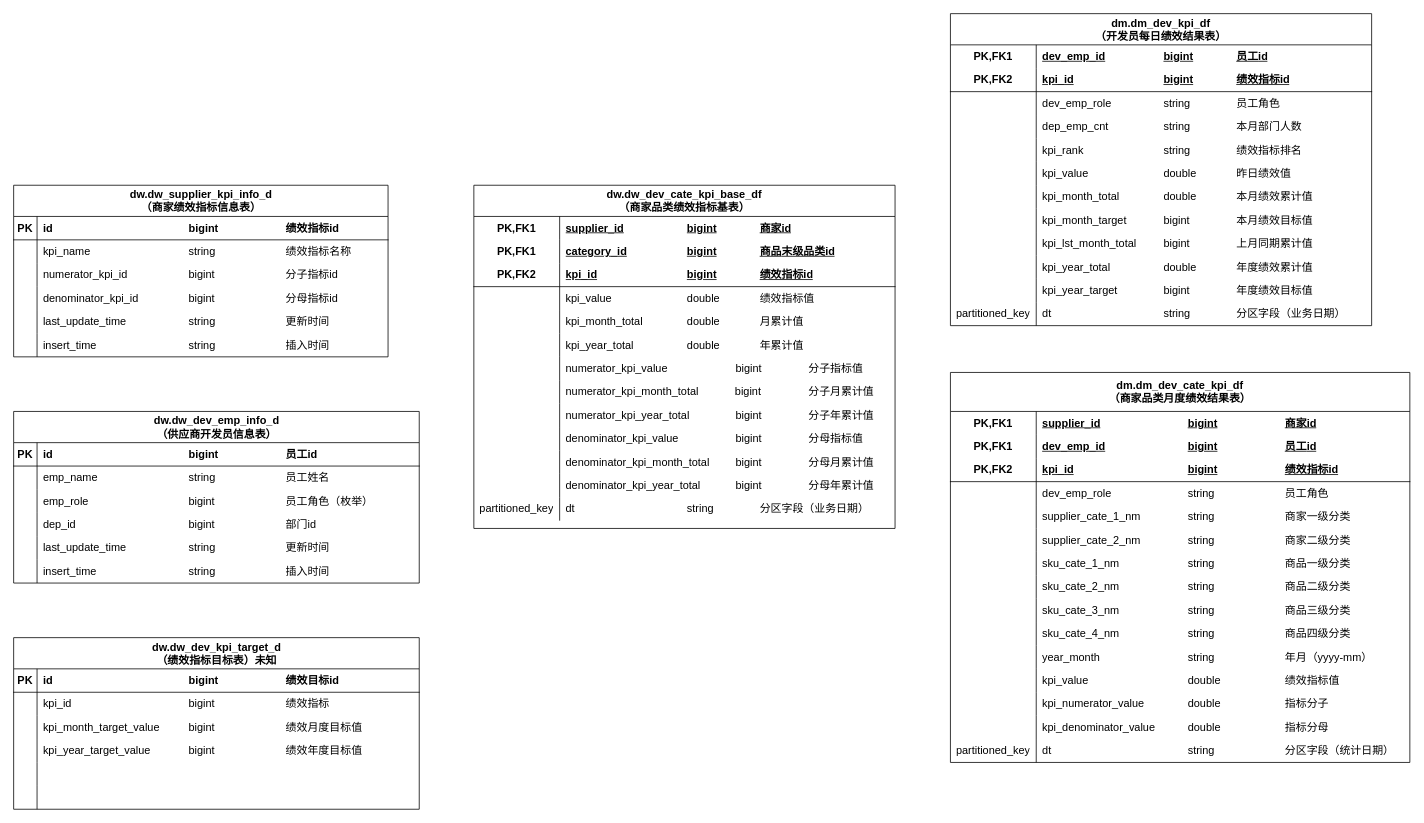
Above: 小二工作台首页.drawio in wangzijia122/drawio_repository (draw.io), before the change. Source tidied: cells renumbered, new cells numbered last; positions are measured from the earlier drawing's top-left corner, leaving out a move shared by most shapes. Both pictures are drawn from the tidied source at 78%, with x=0, y=0 at pixel (13, 13).
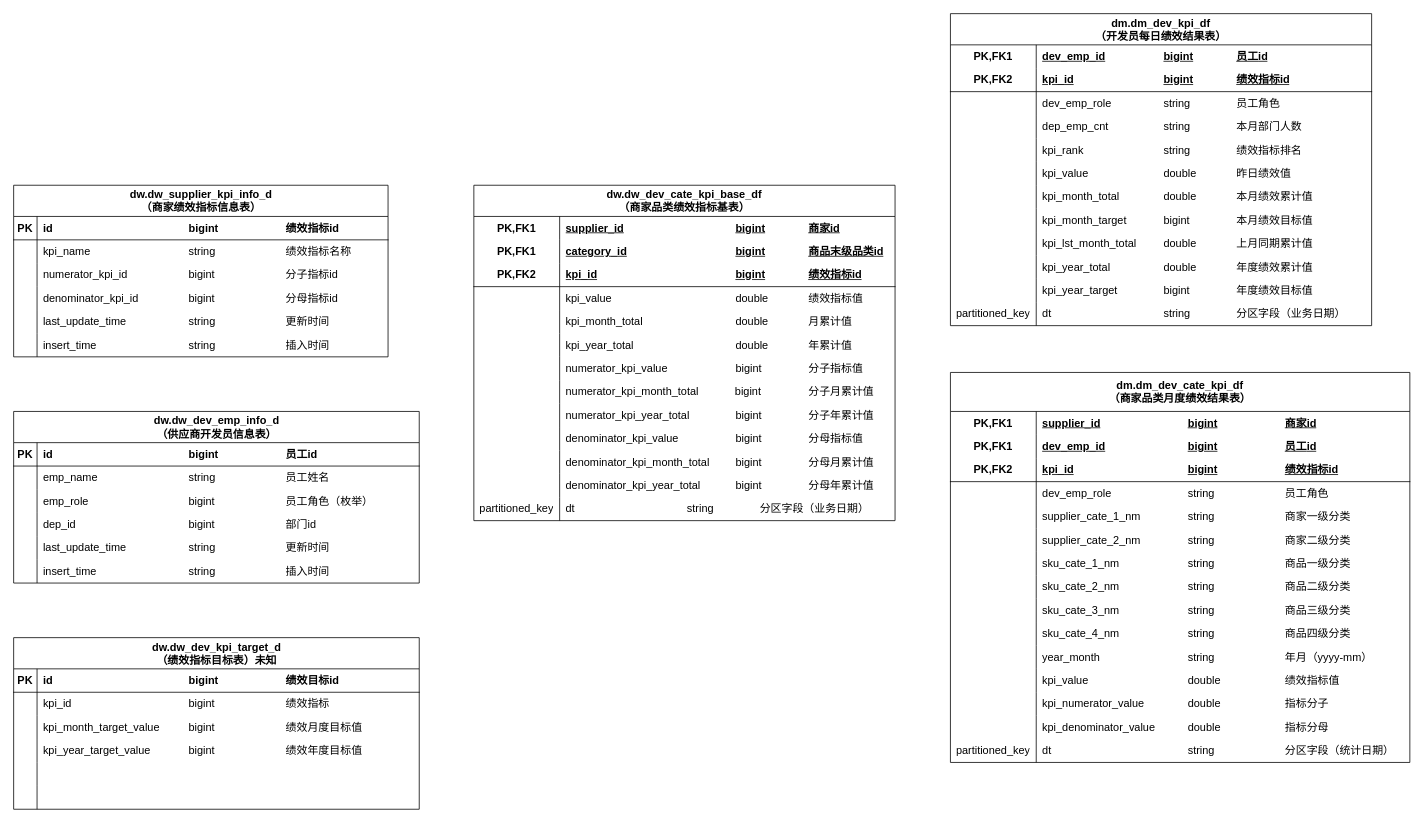
After the change.

Commit message (it also covers changes not shown here):
更新小二工作台首页.drawio

The change refers to these unchanged cells:
```xml
<mxCell id="60" style="shape=tableRow;horizontal=0;startSize=0;swimlaneHead=0;swimlaneBody=0;fillColor=none;top=0;left=0;right=0;bottom=0;html=1;fontSize=14;" parent="59" vertex="1">
  <mxGeometry y="40" width="540" height="30" as="geometry" />
</mxCell>
<mxCell id="63" style="shape=tableRow;horizontal=0;startSize=0;swimlaneHead=0;swimlaneBody=0;fillColor=none;top=0;left=0;right=0;bottom=0;html=1;fontSize=14;" parent="59" vertex="1">
  <mxGeometry y="70" width="540" height="30" as="geometry" />
</mxCell>
<mxCell id="66" style="shape=tableRow;horizontal=0;startSize=0;swimlaneHead=0;swimlaneBody=0;fillColor=none;top=0;left=0;right=0;bottom=1;html=1;fontSize=14;" parent="59" vertex="1">
  <mxGeometry y="100" width="540" height="30" as="geometry" />
</mxCell>
<mxCell id="69" style="shape=tableRow;horizontal=0;startSize=0;swimlaneHead=0;swimlaneBody=0;fillColor=none;top=0;left=0;right=0;bottom=0;html=1;fontSize=14;" parent="59" vertex="1">
  <mxGeometry y="130" width="540" height="30" as="geometry" />
</mxCell>
<mxCell id="72" style="shape=tableRow;horizontal=0;startSize=0;swimlaneHead=0;swimlaneBody=0;fillColor=none;top=0;left=0;right=0;bottom=0;html=1;fontSize=14;" parent="59" vertex="1">
  <mxGeometry y="160" width="540" height="30" as="geometry" />
</mxCell>
<mxCell id="75" style="shape=tableRow;horizontal=0;startSize=0;swimlaneHead=0;swimlaneBody=0;fillColor=none;top=0;left=0;right=0;bottom=0;html=1;fontSize=14;" parent="59" vertex="1">
  <mxGeometry y="190" width="540" height="30" as="geometry" />
</mxCell>
<mxCell id="124" style="shape=tableRow;horizontal=0;startSize=0;swimlaneHead=0;swimlaneBody=0;fillColor=none;top=0;left=0;right=0;bottom=0;html=1;fontSize=14;" parent="99" vertex="1">
  <mxGeometry y="280" width="540" height="30" as="geometry" />
</mxCell>
```

The edit, as a diff of the source:
```diff
@@
     <mxCell id="59" value="dw.dw_dev_cate_kpi_base_df&lt;br&gt;（商家品类绩效指标基表）" style="shape=table;startSize=40;childLayout=tableLayout;rowLines=0;fontStyle=1;align=center;html=1;whiteSpace=wrap;fontSize=14;" parent="1" vertex="1">
-      <mxGeometry x="590" y="220" width="540" height="440" as="geometry" />
+      <mxGeometry x="590" y="220" width="540" height="430" as="geometry" />
     </mxCell>
@@
-    <mxCell id="62" value="supplier_id&lt;span style=&quot;white-space: pre;&quot;&gt;&#9;&lt;/span&gt;&lt;span style=&quot;white-space: pre;&quot;&gt;&#9;&lt;/span&gt;&lt;span style=&quot;white-space: pre;&quot;&gt;&#9;&lt;/span&gt;bigint&lt;span style=&quot;white-space: pre;&quot;&gt;&#9;&lt;span style=&quot;white-space: pre;&quot;&gt;&#9;&lt;/span&gt;&lt;/span&gt;商家id" style="shape=partialRectangle;fillColor=none;top=0;left=0;bottom=0;right=0;align=left;spacingLeft=6;fontStyle=5;overflow=hidden;html=1;whiteSpace=wrap;fontSize=14;" parent="60" vertex="1">
+    <mxCell id="62" value="supplier_id&lt;span style=&quot;white-space: pre;&quot;&gt;&#9;&lt;/span&gt;&lt;span style=&quot;white-space: pre;&quot;&gt;&#9;&lt;/span&gt;&lt;span style=&quot;white-space: pre;&quot;&gt;&#9;&lt;span style=&quot;white-space: pre;&quot;&gt;&#9;&lt;span style=&quot;white-space: pre;&quot;&gt;&#9;&lt;/span&gt;&lt;/span&gt;&lt;/span&gt;bigint&lt;span style=&quot;white-space: pre;&quot;&gt;&#9;&lt;span style=&quot;white-space: pre;&quot;&gt;&#9;&lt;/span&gt;&lt;/span&gt;商家id" style="shape=partialRectangle;fillColor=none;top=0;left=0;bottom=0;right=0;align=left;spacingLeft=6;fontStyle=5;overflow=hidden;html=1;whiteSpace=wrap;fontSize=14;" parent="60" vertex="1">
       <mxGeometry x="110" width="430" height="30" as="geometry" />
     </mxCell>
@@
-    <mxCell id="65" value="category_id&lt;span style=&quot;white-space: pre;&quot;&gt;&#9;&lt;/span&gt;&lt;span style=&quot;white-space: pre;&quot;&gt;&#9;&lt;/span&gt;&lt;span style=&quot;white-space: pre;&quot;&gt;&#9;&lt;/span&gt;bigint&lt;span style=&quot;white-space: pre;&quot;&gt;&#9;&lt;span style=&quot;white-space: pre;&quot;&gt;&#9;&lt;/span&gt;商品&lt;/span&gt;末级品类id" style="shape=partialRectangle;fillColor=none;top=0;left=0;bottom=0;right=0;align=left;spacingLeft=6;fontStyle=5;overflow=hidden;html=1;whiteSpace=wrap;fontSize=14;" parent="63" vertex="1">
+    <mxCell id="65" value="category_id&lt;span style=&quot;white-space: pre;&quot;&gt;&#9;&lt;/span&gt;&lt;span style=&quot;white-space: pre;&quot;&gt;&#9;&lt;/span&gt;&lt;span style=&quot;white-space: pre;&quot;&gt;&#9;&lt;span style=&quot;white-space: pre;&quot;&gt;&#9;&lt;span style=&quot;white-space: pre;&quot;&gt;&#9;&lt;/span&gt;&lt;/span&gt;&lt;/span&gt;bigint&lt;span style=&quot;white-space: pre;&quot;&gt;&#9;&lt;span style=&quot;white-space: pre;&quot;&gt;&#9;&lt;/span&gt;商品&lt;/span&gt;末级品类id" style="shape=partialRectangle;fillColor=none;top=0;left=0;bottom=0;right=0;align=left;spacingLeft=6;fontStyle=5;overflow=hidden;html=1;whiteSpace=wrap;fontSize=14;" parent="63" vertex="1">
       <mxGeometry x="110" width="430" height="30" as="geometry" />
     </mxCell>
@@
-    <mxCell id="68" value="kpi_id&lt;span style=&quot;white-space: pre;&quot;&gt;&#9;&lt;/span&gt;&lt;span style=&quot;white-space: pre;&quot;&gt;&#9;&lt;/span&gt;&lt;span style=&quot;white-space: pre;&quot;&gt;&#9;&lt;/span&gt;&lt;span style=&quot;white-space: pre;&quot;&gt;&#9;&lt;/span&gt;bigint&lt;span style=&quot;white-space: pre;&quot;&gt;&#9;&lt;/span&gt;&lt;span style=&quot;white-space: pre;&quot;&gt;&#9;&lt;/span&gt;绩效指标id" style="shape=partialRectangle;fillColor=none;top=0;left=0;bottom=0;right=0;align=left;spacingLeft=6;fontStyle=5;overflow=hidden;html=1;whiteSpace=wrap;fontSize=14;" parent="66" vertex="1">
+    <mxCell id="68" value="kpi_id&lt;span style=&quot;white-space: pre;&quot;&gt;&#9;&lt;/span&gt;&lt;span style=&quot;white-space: pre;&quot;&gt;&#9;&lt;/span&gt;&lt;span style=&quot;white-space: pre;&quot;&gt;&#9;&lt;/span&gt;&lt;span style=&quot;white-space: pre;&quot;&gt;&#9;&lt;span style=&quot;white-space: pre;&quot;&gt;&#9;&lt;span style=&quot;white-space: pre;&quot;&gt;&#9;&lt;/span&gt;&lt;/span&gt;&lt;/span&gt;bigint&lt;span style=&quot;white-space: pre;&quot;&gt;&#9;&lt;/span&gt;&lt;span style=&quot;white-space: pre;&quot;&gt;&#9;&lt;/span&gt;绩效指标id" style="shape=partialRectangle;fillColor=none;top=0;left=0;bottom=0;right=0;align=left;spacingLeft=6;fontStyle=5;overflow=hidden;html=1;whiteSpace=wrap;fontSize=14;" parent="66" vertex="1">
       <mxGeometry x="110" width="430" height="30" as="geometry" />
     </mxCell>
@@
-    <mxCell id="71" value="kpi_value&lt;span style=&quot;white-space: pre;&quot;&gt;&#9;&lt;/span&gt;&lt;span style=&quot;white-space: pre;&quot;&gt;&#9;&lt;/span&gt;&lt;span style=&quot;white-space: pre;&quot;&gt;&#9;&lt;/span&gt;&lt;span style=&quot;white-space: pre;&quot;&gt;&#9;&lt;/span&gt;double&lt;span style=&quot;white-space: pre;&quot;&gt;&#9;&lt;/span&gt;&lt;span style=&quot;white-space: pre;&quot;&gt;&#9;&lt;/span&gt;绩效指标值" style="shape=partialRectangle;fillColor=none;top=0;left=0;bottom=0;right=0;align=left;spacingLeft=6;overflow=hidden;html=1;whiteSpace=wrap;fontSize=14;" parent="69" vertex="1">
+    <mxCell id="71" value="kpi_value&lt;span style=&quot;white-space: pre;&quot;&gt;&#9;&lt;/span&gt;&lt;span style=&quot;white-space: pre;&quot;&gt;&#9;&lt;/span&gt;&lt;span style=&quot;white-space: pre;&quot;&gt;&#9;&lt;/span&gt;&lt;span style=&quot;white-space: pre;&quot;&gt;&#9;&lt;span style=&quot;white-space: pre;&quot;&gt;&#9;&lt;span style=&quot;white-space: pre;&quot;&gt;&#9;&lt;/span&gt;&lt;/span&gt;&lt;/span&gt;double&lt;span style=&quot;white-space: pre;&quot;&gt;&#9;&lt;/span&gt;&lt;span style=&quot;white-space: pre;&quot;&gt;&#9;&lt;/span&gt;绩效指标值" style="shape=partialRectangle;fillColor=none;top=0;left=0;bottom=0;right=0;align=left;spacingLeft=6;overflow=hidden;html=1;whiteSpace=wrap;fontSize=14;" parent="69" vertex="1">
       <mxGeometry x="110" width="430" height="30" as="geometry" />
     </mxCell>
@@
-    <mxCell id="74" value="kpi_month_total&lt;span style=&quot;&quot;&gt;&lt;span style=&quot;white-space: pre;&quot;&gt;&amp;nbsp;&amp;nbsp;&amp;nbsp;&amp;nbsp;&lt;/span&gt;&lt;/span&gt;&lt;span style=&quot;&quot;&gt;&lt;span style=&quot;white-space: pre;&quot;&gt;&amp;nbsp;&amp;nbsp;&amp;nbsp;&amp;nbsp;&lt;span style=&quot;white-space: pre;&quot;&gt;&#9;&lt;/span&gt;&lt;/span&gt;&lt;/span&gt;double&lt;span style=&quot;&quot;&gt;&lt;span style=&quot;white-space: pre;&quot;&gt;&amp;nbsp;&amp;nbsp;&amp;nbsp;&amp;nbsp;&lt;/span&gt;&lt;/span&gt;&lt;span style=&quot;&quot;&gt;&lt;span style=&quot;white-space: pre;&quot;&gt;&amp;nbsp;&amp;nbsp;&amp;nbsp;&amp;nbsp;&lt;span style=&quot;white-space: pre;&quot;&gt;&#9;&lt;/span&gt;&lt;/span&gt;&lt;/span&gt;月累计值" style="shape=partialRectangle;fillColor=none;top=0;left=0;bottom=0;right=0;align=left;spacingLeft=6;overflow=hidden;html=1;whiteSpace=wrap;fontSize=14;" parent="72" vertex="1">
+    <mxCell id="74" value="kpi_month_total&lt;span style=&quot;&quot;&gt;&lt;span style=&quot;white-space: pre;&quot;&gt;&amp;nbsp;&amp;nbsp;&amp;nbsp;&amp;nbsp;&lt;/span&gt;&lt;/span&gt;&lt;span style=&quot;&quot;&gt;&lt;span style=&quot;white-space: pre;&quot;&gt;&amp;nbsp;&amp;nbsp;&amp;nbsp;&amp;nbsp;&lt;span style=&quot;white-space: pre;&quot;&gt;&#9;&lt;span style=&quot;white-space: pre;&quot;&gt;&#9;&lt;span style=&quot;white-space: pre;&quot;&gt;&#9;&lt;/span&gt;&lt;/span&gt;&lt;/span&gt;&lt;/span&gt;&lt;/span&gt;double&lt;span style=&quot;&quot;&gt;&lt;span style=&quot;white-space: pre;&quot;&gt;&amp;nbsp;&amp;nbsp;&amp;nbsp;&amp;nbsp;&lt;/span&gt;&lt;/span&gt;&lt;span style=&quot;&quot;&gt;&lt;span style=&quot;white-space: pre;&quot;&gt;&amp;nbsp;&amp;nbsp;&amp;nbsp;&amp;nbsp;&lt;span style=&quot;white-space: pre;&quot;&gt;&#9;&lt;/span&gt;&lt;/span&gt;&lt;/span&gt;月累计值" style="shape=partialRectangle;fillColor=none;top=0;left=0;bottom=0;right=0;align=left;spacingLeft=6;overflow=hidden;html=1;whiteSpace=wrap;fontSize=14;" parent="72" vertex="1">
       <mxGeometry x="110" width="430" height="30" as="geometry" />
     </mxCell>
@@
-    <mxCell id="77" value="kpi_year_total&lt;span style=&quot;white-space: pre;&quot;&gt;&#9;&lt;/span&gt;&lt;span style=&quot;white-space: pre;&quot;&gt;&#9;&lt;span style=&quot;white-space: pre;&quot;&gt;&#9;&lt;/span&gt;&lt;/span&gt;double&lt;span style=&quot;white-space: pre;&quot;&gt;&#9;&lt;/span&gt;&lt;span style=&quot;white-space: pre;&quot;&gt;&#9;&lt;/span&gt;年累计值" style="shape=partialRectangle;fillColor=none;top=0;left=0;bottom=0;right=0;align=left;spacingLeft=6;overflow=hidden;html=1;whiteSpace=wrap;fontSize=14;" parent="75" vertex="1">
+    <mxCell id="77" value="kpi_year_total&lt;span style=&quot;white-space: pre;&quot;&gt;&#9;&lt;/span&gt;&lt;span style=&quot;white-space: pre;&quot;&gt;&#9;&lt;span style=&quot;white-space: pre;&quot;&gt;&#9;&lt;span style=&quot;white-space: pre;&quot;&gt;&#9;&lt;span style=&quot;white-space: pre;&quot;&gt;&#9;&lt;/span&gt;&lt;/span&gt;&lt;/span&gt;&lt;/span&gt;double&lt;span style=&quot;white-space: pre;&quot;&gt;&#9;&lt;/span&gt;&lt;span style=&quot;white-space: pre;&quot;&gt;&#9;&lt;/span&gt;年累计值" style="shape=partialRectangle;fillColor=none;top=0;left=0;bottom=0;right=0;align=left;spacingLeft=6;overflow=hidden;html=1;whiteSpace=wrap;fontSize=14;" parent="75" vertex="1">
       <mxGeometry x="110" width="430" height="30" as="geometry" />
     </mxCell>
@@
-    <mxCell id="126" value="kpi_lst_month_total&lt;span style=&quot;white-space: pre;&quot;&gt;&#9;&lt;span style=&quot;white-space: pre;&quot;&gt;&#9;&lt;/span&gt;&lt;/span&gt;bigint&lt;span style=&quot;white-space: pre;&quot;&gt;&#9;&lt;/span&gt;&lt;span style=&quot;white-space: pre;&quot;&gt;&#9;&lt;/span&gt;上月同期累计值" style="shape=partialRectangle;fillColor=none;top=0;left=0;bottom=0;right=0;align=left;spacingLeft=6;overflow=hidden;html=1;whiteSpace=wrap;fontSize=14;" parent="124" vertex="1">
+    <mxCell id="126" value="kpi_lst_month_total&lt;span style=&quot;white-space: pre;&quot;&gt;&#9;&lt;span style=&quot;white-space: pre;&quot;&gt;&#9;&lt;/span&gt;d&lt;/span&gt;ouble&lt;span style=&quot;white-space: pre;&quot;&gt;&#9;&lt;/span&gt;&lt;span style=&quot;white-space: pre;&quot;&gt;&#9;&lt;/span&gt;上月同期累计值" style="shape=partialRectangle;fillColor=none;top=0;left=0;bottom=0;right=0;align=left;spacingLeft=6;overflow=hidden;html=1;whiteSpace=wrap;fontSize=14;" parent="124" vertex="1">
       <mxGeometry x="110" width="430" height="30" as="geometry" />
     </mxCell>
```
